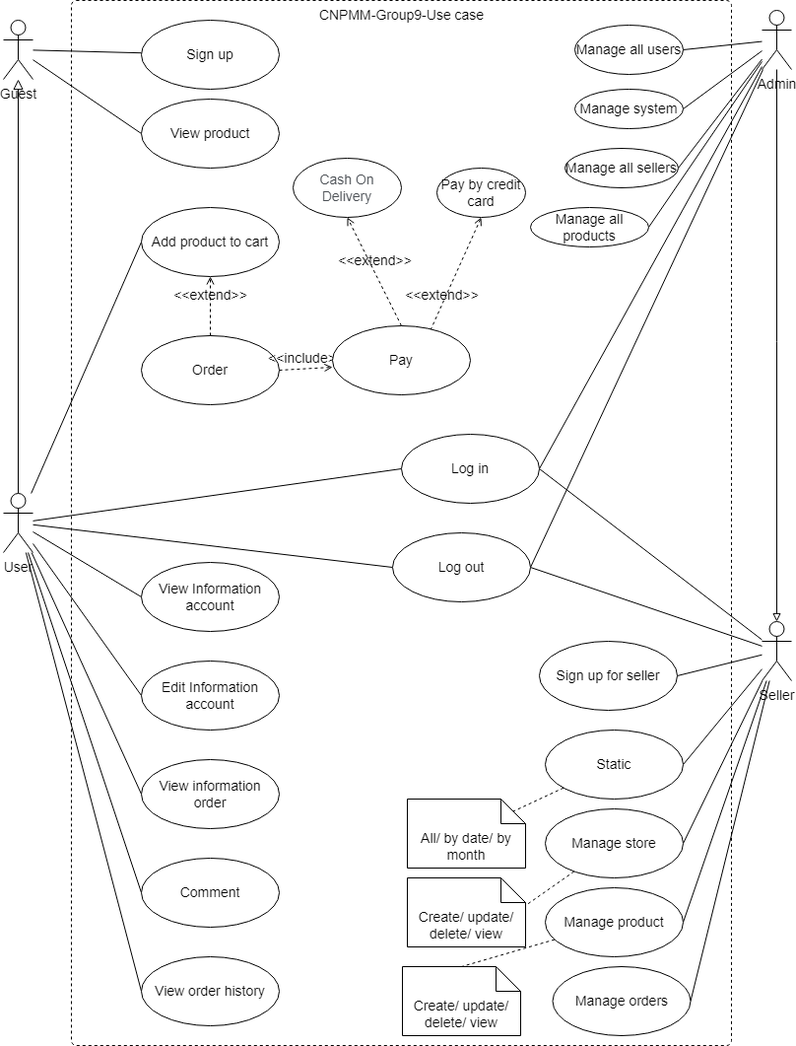
Before: System design/Use case.drawio.png, a diagram exported from draw.io (giakhangnguyenlam/CNPMM). Source tidied: cells renumbered, new cells last; positions are measured from the earlier drawing's top-left corner, leaving out a move shared by most shapes.
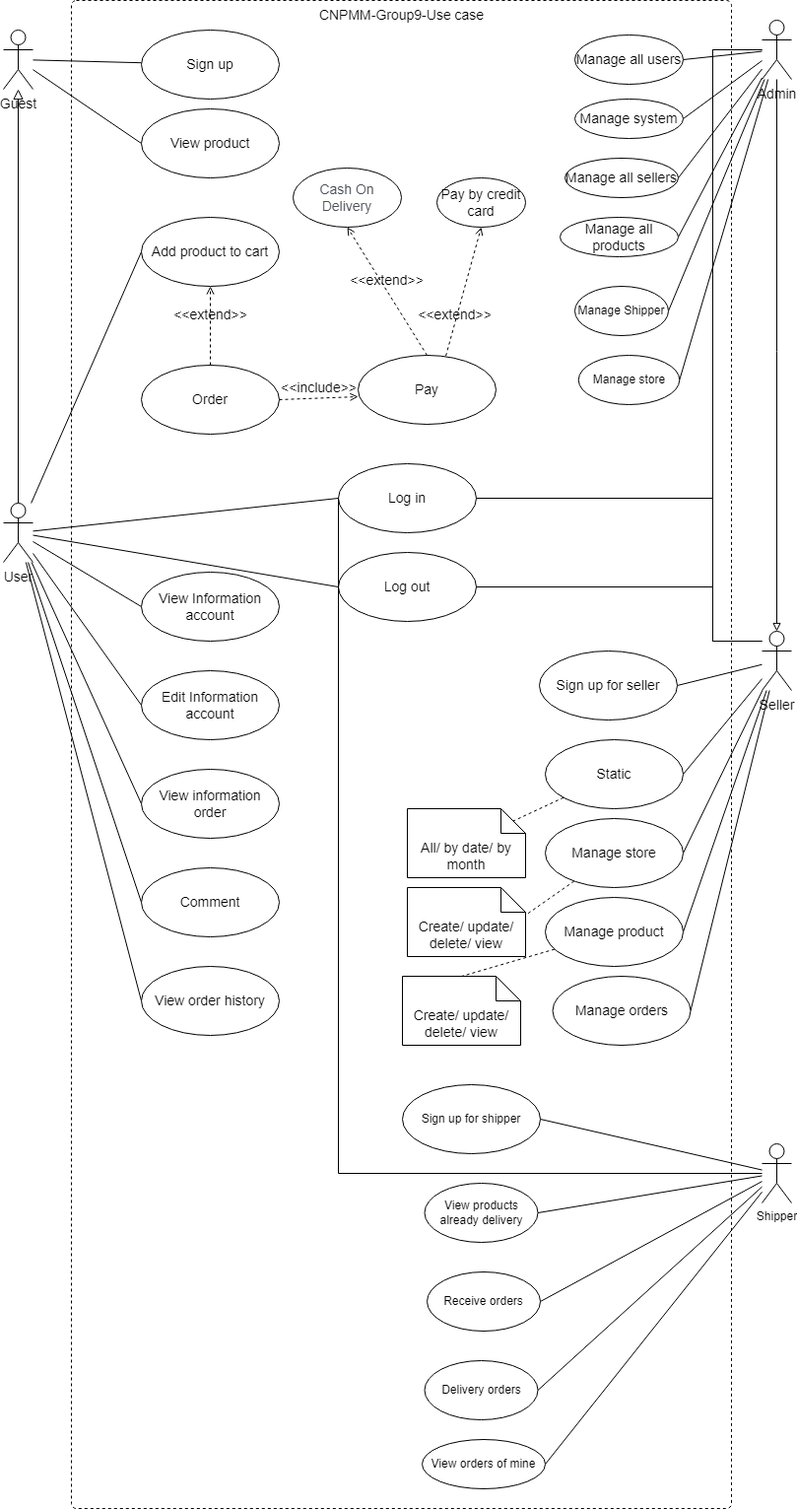
Later version of the same file.

The edit, as a diff of the source:
```diff
@@ -3,7 +3,7 @@
     <mxCell id="0" />
     <mxCell id="1" parent="0" />
     <mxCell id="2" value="CNPMM-Group9-Use case" style="html=1;align=center;verticalAlign=top;rounded=1;absoluteArcSize=1;arcSize=10;dashed=1;fontSize=14;" parent="1" vertex="1">
-      <mxGeometry x="69" width="670" height="1060" as="geometry" />
+      <mxGeometry x="69" y="-10" width="670" height="1530" as="geometry" />
     </mxCell>
     <mxCell id="3" style="edgeStyle=none;rounded=0;jettySize=auto;html=1;endArrow=none;endFill=0;fontSize=14;" parent="1" edge="1" source="5" target="6">
       <mxGeometry relative="1" as="geometry" />
@@ -59,11 +59,21 @@
     <mxCell id="20" style="edgeStyle=none;rounded=0;jettySize=auto;html=1;entryX=1;entryY=0.5;entryDx=0;entryDy=0;endArrow=none;endFill=0;" parent="1" edge="1" source="24" target="60">
       <mxGeometry relative="1" as="geometry" />
     </mxCell>
-    <mxCell id="21" style="edgeStyle=none;rounded=0;jettySize=auto;html=1;entryX=1;entryY=0.5;entryDx=0;entryDy=0;endArrow=none;endFill=0;" parent="1" edge="1" source="24" target="34">
-      <mxGeometry relative="1" as="geometry" />
+    <mxCell id="21" style="edgeStyle=orthogonalEdgeStyle;rounded=0;jettySize=auto;html=1;entryX=1;entryY=0.5;entryDx=0;entryDy=0;endArrow=none;endFill=0;" parent="1" edge="1" source="24" target="34">
+      <mxGeometry relative="1" as="geometry">
+        <Array as="points">
+          <mxPoint x="720" y="640" />
+          <mxPoint x="720" y="495" />
+        </Array>
+      </mxGeometry>
     </mxCell>
-    <mxCell id="22" style="edgeStyle=none;rounded=0;jettySize=auto;html=1;entryX=1;entryY=0.5;entryDx=0;entryDy=0;endArrow=none;endFill=0;" parent="1" edge="1" source="24" target="35">
-      <mxGeometry relative="1" as="geometry" />
+    <mxCell id="22" style="edgeStyle=orthogonalEdgeStyle;rounded=0;jettySize=auto;html=1;entryX=1;entryY=0.5;entryDx=0;entryDy=0;endArrow=none;endFill=0;" parent="1" edge="1" source="24" target="35">
+      <mxGeometry relative="1" as="geometry">
+        <Array as="points">
+          <mxPoint x="720" y="640" />
+          <mxPoint x="720" y="585" />
+        </Array>
+      </mxGeometry>
     </mxCell>
     <mxCell id="23" style="edgeStyle=none;rounded=0;jettySize=auto;html=1;entryX=1;entryY=0.5;entryDx=0;entryDy=0;endArrow=none;endFill=0;" parent="1" edge="1" source="24" target="64">
       <mxGeometry relative="1" as="geometry" />
@@ -86,12 +96,28 @@
     <mxCell id="29" style="rounded=0;jettySize=auto;html=1;entryX=1;entryY=0.5;entryDx=0;entryDy=0;endArrow=none;endFill=0;" parent="1" edge="1" source="32" target="58">
       <mxGeometry relative="1" as="geometry" />
     </mxCell>
-    <mxCell id="30" style="edgeStyle=none;rounded=0;jettySize=auto;html=1;entryX=1;entryY=0.5;entryDx=0;entryDy=0;endArrow=none;endFill=0;" parent="1" edge="1" source="32" target="34">
-      <mxGeometry relative="1" as="geometry" />
+    <mxCell id="30" style="edgeStyle=orthogonalEdgeStyle;rounded=0;jettySize=auto;html=1;entryX=1;entryY=0.5;entryDx=0;entryDy=0;endArrow=none;endFill=0;" parent="1" edge="1" source="32" target="34">
+      <mxGeometry relative="1" as="geometry">
+        <Array as="points">
+          <mxPoint x="720" y="40" />
+          <mxPoint x="720" y="495" />
+        </Array>
+      </mxGeometry>
     </mxCell>
-    <mxCell id="31" style="edgeStyle=none;rounded=0;jettySize=auto;html=1;entryX=1;entryY=0.5;entryDx=0;entryDy=0;endArrow=none;endFill=0;" parent="1" edge="1" source="32" target="35">
-      <mxGeometry relative="1" as="geometry" />
+    <mxCell id="31" style="edgeStyle=orthogonalEdgeStyle;rounded=0;jettySize=auto;html=1;entryX=1;entryY=0.5;entryDx=0;entryDy=0;endArrow=none;endFill=0;" parent="1" edge="1" source="32" target="35">
+      <mxGeometry relative="1" as="geometry">
+        <Array as="points">
+          <mxPoint x="720" y="40" />
+          <mxPoint x="720" y="585" />
+        </Array>
+      </mxGeometry>
     </mxCell>
+    <mxCell id="65" style="rounded=0;jettySize=auto;html=1;entryX=1;entryY=0.5;entryDx=0;entryDy=0;endArrow=none;endFill=0;" parent="1" edge="1" source="32" target="75">
+      <mxGeometry relative="1" as="geometry" />
+    </mxCell>
+    <mxCell id="66" style="edgeStyle=none;rounded=0;jettySize=auto;html=1;entryX=1;entryY=0.5;entryDx=0;entryDy=0;endArrow=none;endFill=0;" parent="1" edge="1" source="32" target="80">
+      <mxGeometry relative="1" as="geometry" />
+    </mxCell>
     <mxCell id="32" value="Admin" style="shape=umlActor;verticalLabelPosition=bottom;verticalAlign=top;html=1;fontSize=14;" parent="1" vertex="1">
       <mxGeometry x="770" y="10" width="30" height="60" as="geometry" />
     </mxCell>
@@ -99,10 +125,10 @@
       <mxGeometry x="140" y="100" width="140" height="70" as="geometry" />
     </mxCell>
     <mxCell id="34" value="Log in" style="ellipse;whiteSpace=wrap;html=1;fontSize=14;" parent="1" vertex="1">
-      <mxGeometry x="404" y="440" width="140" height="70" as="geometry" />
+      <mxGeometry x="340" y="460" width="140" height="70" as="geometry" />
     </mxCell>
     <mxCell id="35" value="Log out" style="ellipse;whiteSpace=wrap;html=1;fontSize=14;" parent="1" vertex="1">
-      <mxGeometry x="395" y="540" width="140" height="70" as="geometry" />
+      <mxGeometry x="340" y="550" width="140" height="70" as="geometry" />
     </mxCell>
     <mxCell id="36" value="Add product to cart" style="ellipse;whiteSpace=wrap;html=1;fontSize=14;" parent="1" vertex="1">
       <mxGeometry x="140" y="210" width="140" height="70" as="geometry" />
@@ -132,7 +158,7 @@
       <mxGeometry x="140" y="970" width="140" height="70" as="geometry" />
     </mxCell>
     <mxCell id="45" value="Order" style="ellipse;whiteSpace=wrap;html=1;fontSize=14;" parent="1" vertex="1">
-      <mxGeometry x="140" y="340" width="140" height="70" as="geometry" />
+      <mxGeometry x="140" y="360" width="140" height="70" as="geometry" />
     </mxCell>
     <mxCell id="46" value="&amp;lt;&amp;lt;extend&amp;gt;&amp;gt;" style="html=1;verticalAlign=bottom;labelBackgroundColor=none;endArrow=open;endFill=0;dashed=1;rounded=0;fontFamily=Helvetica;fontSize=14;entryX=0.5;entryY=1;entryDx=0;entryDy=0;exitX=0.5;exitY=0;exitDx=0;exitDy=0;" parent="1" edge="1" source="45" target="36">
       <mxGeometry relative="1" as="geometry" />
@@ -168,7 +194,7 @@
       <mxGeometry x="570" y="150" width="115" height="40" as="geometry" />
     </mxCell>
     <mxCell id="57" value="Manage all products" style="ellipse;whiteSpace=wrap;html=1;fontSize=14;" parent="1" vertex="1">
-      <mxGeometry x="535" y="210" width="120" height="40" as="geometry" />
+      <mxGeometry x="565" y="210" width="120" height="40" as="geometry" />
     </mxCell>
     <mxCell id="58" value="Manage all users" style="ellipse;whiteSpace=wrap;html=1;fontSize=14;" parent="1" vertex="1">
       <mxGeometry x="580" y="25" width="110" height="50" as="geometry" />
@@ -183,7 +209,7 @@
       <mxGeometry x="410" y="810" width="120" height="70" as="geometry" />
     </mxCell>
     <mxCell id="62" value="Pay" style="ellipse;whiteSpace=wrap;html=1;fontSize=14;" parent="1" vertex="1">
-      <mxGeometry x="334" y="330" width="140" height="70" as="geometry" />
+      <mxGeometry x="360" y="350" width="140" height="70" as="geometry" />
     </mxCell>
     <mxCell id="63" value="&amp;lt;&amp;lt;extend&amp;gt;&amp;gt;" style="html=1;verticalAlign=bottom;labelBackgroundColor=none;endArrow=open;endFill=0;dashed=1;rounded=0;fontFamily=Helvetica;fontSize=14;exitX=0.5;exitY=0;exitDx=0;exitDy=0;entryX=0.5;entryY=1;entryDx=0;entryDy=0;" parent="1" edge="1" source="62" target="41">
       <mxGeometry relative="1" as="geometry" />
@@ -191,5 +217,51 @@
     <mxCell id="64" value="Sign up for seller" style="ellipse;whiteSpace=wrap;html=1;fontSize=14;" parent="1" vertex="1">
       <mxGeometry x="544" y="650" width="140" height="70" as="geometry" />
     </mxCell>
+    <mxCell id="67" style="rounded=0;jettySize=auto;html=1;entryX=1;entryY=0.5;entryDx=0;entryDy=0;endArrow=none;endFill=0;" parent="1" edge="1" source="73" target="74">
+      <mxGeometry relative="1" as="geometry" />
+    </mxCell>
+    <mxCell id="68" style="edgeStyle=orthogonalEdgeStyle;rounded=0;jettySize=auto;html=1;entryX=0;entryY=0.5;entryDx=0;entryDy=0;endArrow=none;endFill=0;" parent="1" edge="1" source="73" target="34">
+      <mxGeometry relative="1" as="geometry">
+        <Array as="points">
+          <mxPoint x="340" y="1180" />
+        </Array>
+      </mxGeometry>
+    </mxCell>
+    <mxCell id="69" style="edgeStyle=none;rounded=0;jettySize=auto;html=1;entryX=1;entryY=0.5;entryDx=0;entryDy=0;endArrow=none;endFill=0;" parent="1" edge="1" source="73" target="76">
+      <mxGeometry relative="1" as="geometry" />
+    </mxCell>
+    <mxCell id="70" style="edgeStyle=none;rounded=0;jettySize=auto;html=1;entryX=1;entryY=0.5;entryDx=0;entryDy=0;endArrow=none;endFill=0;" parent="1" edge="1" source="73" target="77">
+      <mxGeometry relative="1" as="geometry" />
+    </mxCell>
+    <mxCell id="71" style="edgeStyle=none;rounded=0;jettySize=auto;html=1;entryX=1;entryY=0.5;entryDx=0;entryDy=0;endArrow=none;endFill=0;" parent="1" edge="1" source="73" target="78">
+      <mxGeometry relative="1" as="geometry" />
+    </mxCell>
+    <mxCell id="72" style="edgeStyle=none;rounded=0;jettySize=auto;html=1;entryX=1;entryY=0.5;entryDx=0;entryDy=0;endArrow=none;endFill=0;" parent="1" edge="1" source="73" target="79">
+      <mxGeometry relative="1" as="geometry" />
+    </mxCell>
+    <mxCell id="73" value="Shipper" style="shape=umlActor;html=1;verticalLabelPosition=bottom;verticalAlign=top;align=center;" parent="1" vertex="1">
+      <mxGeometry x="770" y="1150" width="30" height="60" as="geometry" />
+    </mxCell>
+    <mxCell id="74" value="Sign up for shipper" style="ellipse;whiteSpace=wrap;html=1;" parent="1" vertex="1">
+      <mxGeometry x="405" y="1090" width="140" height="70" as="geometry" />
+    </mxCell>
+    <mxCell id="75" value="Manage Shipper" style="ellipse;whiteSpace=wrap;html=1;" parent="1" vertex="1">
+      <mxGeometry x="580" y="280" width="95" height="50" as="geometry" />
+    </mxCell>
+    <mxCell id="76" value="View products already delivery" style="ellipse;whiteSpace=wrap;html=1;" parent="1" vertex="1">
+      <mxGeometry x="427.5" y="1190" width="115" height="60" as="geometry" />
+    </mxCell>
+    <mxCell id="77" value="Receive orders" style="ellipse;whiteSpace=wrap;html=1;" parent="1" vertex="1">
+      <mxGeometry x="430" y="1280" width="115" height="60" as="geometry" />
+    </mxCell>
+    <mxCell id="78" value="Delivery orders" style="ellipse;whiteSpace=wrap;html=1;" parent="1" vertex="1">
+      <mxGeometry x="427.5" y="1370" width="115" height="60" as="geometry" />
+    </mxCell>
+    <mxCell id="79" value="View orders of mine" style="ellipse;whiteSpace=wrap;html=1;" parent="1" vertex="1">
+      <mxGeometry x="425" y="1450" width="125" height="50" as="geometry" />
+    </mxCell>
+    <mxCell id="80" value="Manage store" style="ellipse;whiteSpace=wrap;html=1;" parent="1" vertex="1">
+      <mxGeometry x="583.8" y="350" width="102.5" height="50" as="geometry" />
+    </mxCell>
   </root>
 </mxGraphModel>
```
